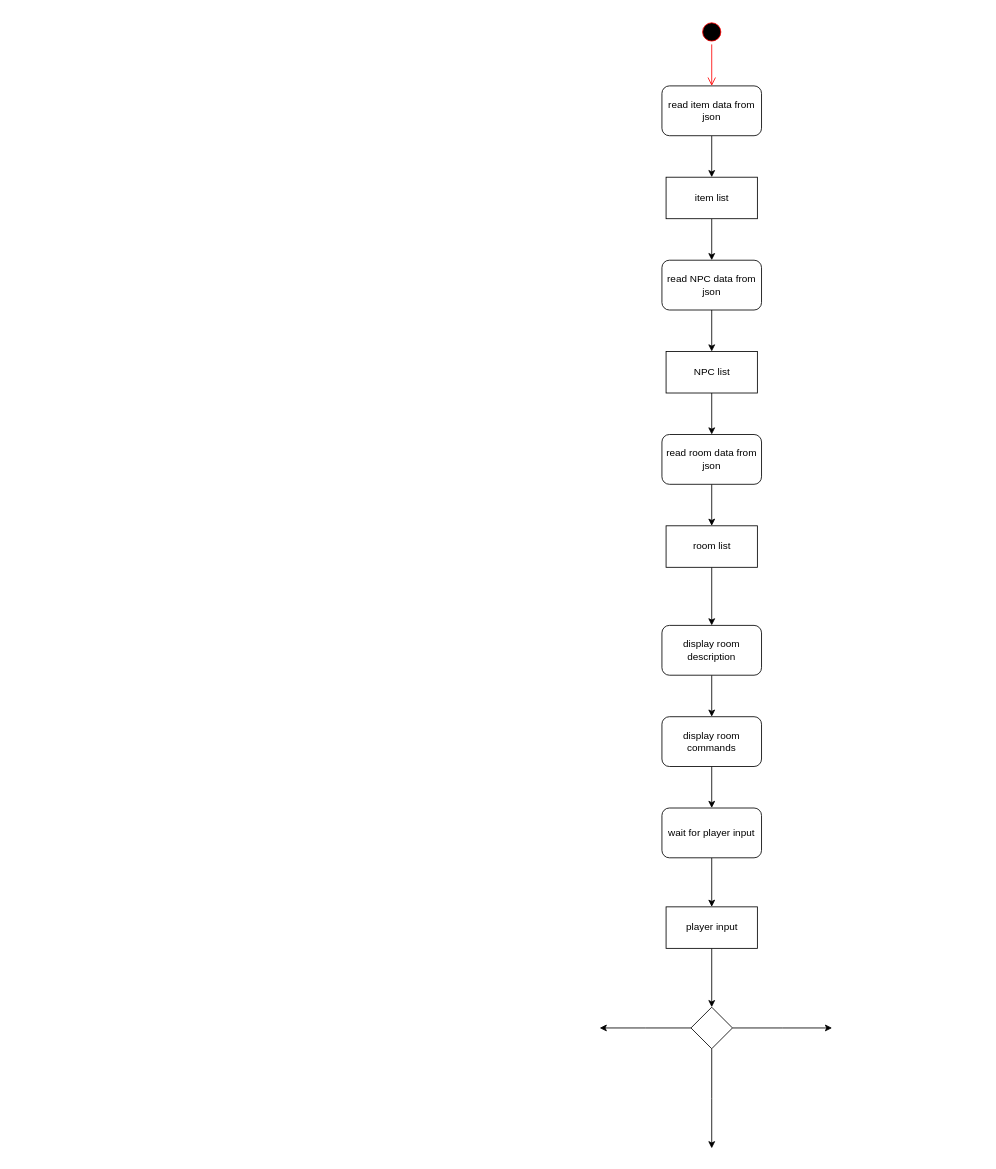
This is Concept/UML/Activity.drawio from keckluis/Softwaredesign_Abschlussaufgabe, a draw.io file, before an edit. Source tidied: cells renumbered, new cells numbered last; positions are measured from the earlier drawing's top-left corner, leaving out a move shared by most shapes. Both pictures are drawn from the tidied source at 83%, with x=0, y=0 at pixel (599, 19).
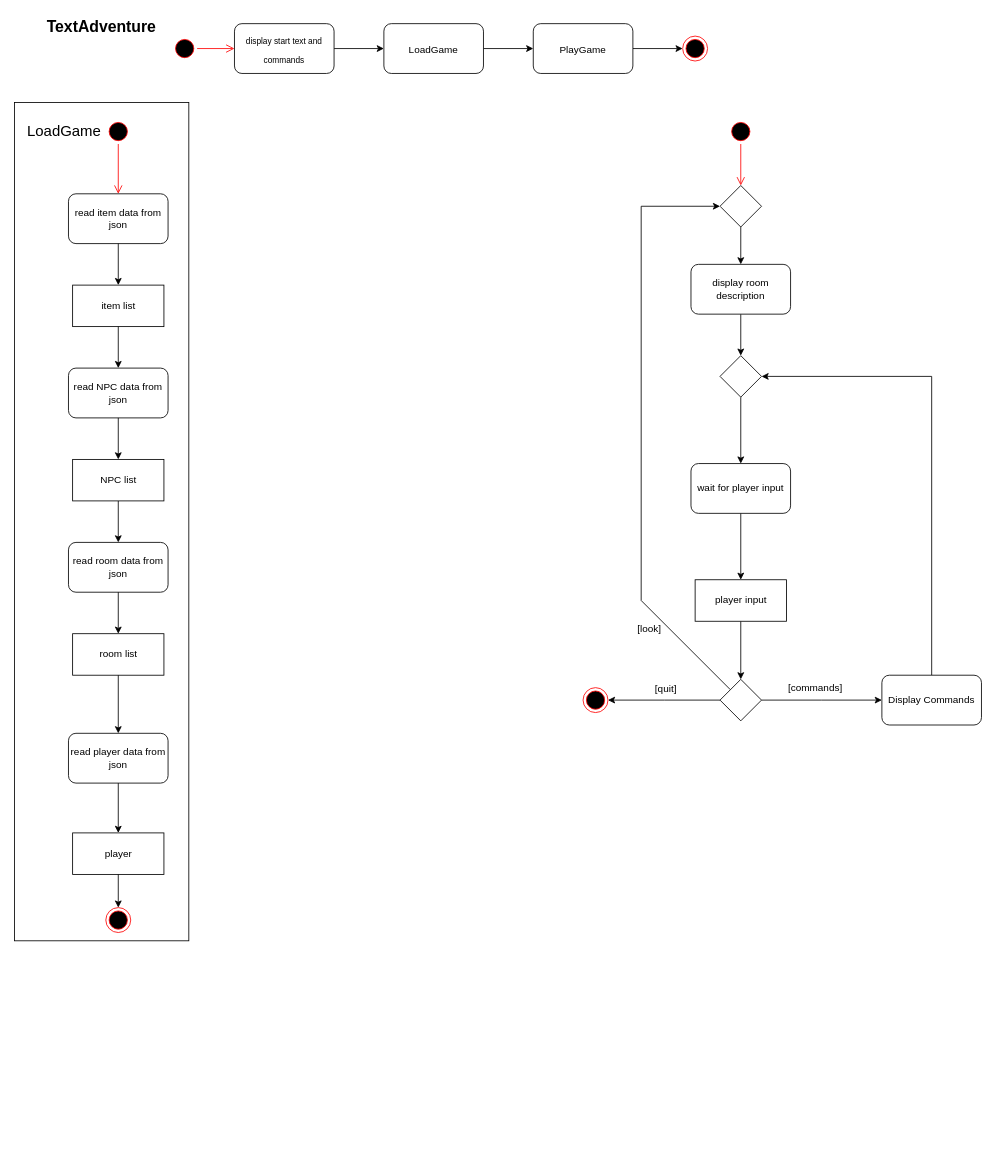
The same page after the edit.

Diff of the diagram source:
```diff
@@
-    <mxCell id="2" style="edgeStyle=orthogonalEdgeStyle;rounded=0;jettySize=auto;html=1;entryX=0.5;entryY=0;entryDx=0;entryDy=0;" parent="1" edge="1" source="3" target="7">
-      <mxGeometry relative="1" as="geometry" />
-    </mxCell>
-    <mxCell id="3" value="read room data from json" style="rounded=1;whiteSpace=wrap;html=1;" parent="1" vertex="1">
-      <mxGeometry x="75" y="500" width="120" height="60" as="geometry" />
-    </mxCell>
     <mxCell id="4" style="ellipse;html=1;shape=startState;fillColor=#000000;strokeColor=#ff0000;" parent="1" vertex="1">
-      <mxGeometry x="120" width="30" height="30" as="geometry" />
+      <mxGeometry x="-515" y="20" width="30" height="30" as="geometry" />
     </mxCell>
-    <mxCell id="5" style="edgeStyle=orthogonalEdgeStyle;html=1;verticalAlign=bottom;endArrow=open;endSize=8;strokeColor=#ff0000;entryX=0.5;entryY=0;entryDx=0;entryDy=0;" parent="1" edge="1" source="4" target="9">
-      <mxGeometry relative="1" as="geometry" />
-    </mxCell>
-    <mxCell id="6" style="edgeStyle=orthogonalEdgeStyle;rounded=0;jettySize=auto;html=1;" parent="1" edge="1" source="7" target="17">
-      <mxGeometry relative="1" as="geometry" />
-    </mxCell>
-    <mxCell id="7" value="room list" style="html=1;" parent="1" vertex="1">
-      <mxGeometry x="80" y="610" width="110" height="50" as="geometry" />
-    </mxCell>
-    <mxCell id="8" style="edgeStyle=orthogonalEdgeStyle;rounded=0;jettySize=auto;html=1;entryX=0.5;entryY=0;entryDx=0;entryDy=0;" parent="1" edge="1" source="9" target="11">
-      <mxGeometry relative="1" as="geometry" />
-    </mxCell>
-    <mxCell id="9" value="read item data from json" style="rounded=1;whiteSpace=wrap;html=1;" parent="1" vertex="1">
-      <mxGeometry x="75" y="80" width="120" height="60" as="geometry" />
-    </mxCell>
-    <mxCell id="10" style="edgeStyle=orthogonalEdgeStyle;rounded=0;jettySize=auto;html=1;entryX=0.5;entryY=0;entryDx=0;entryDy=0;" parent="1" edge="1" source="11" target="13">
-      <mxGeometry relative="1" as="geometry" />
-    </mxCell>
-    <mxCell id="11" value="item list" style="html=1;" parent="1" vertex="1">
-      <mxGeometry x="80" y="190" width="110" height="50" as="geometry" />
-    </mxCell>
-    <mxCell id="12" style="edgeStyle=orthogonalEdgeStyle;rounded=0;jettySize=auto;html=1;entryX=0.5;entryY=0;entryDx=0;entryDy=0;" parent="1" edge="1" source="13" target="15">
-      <mxGeometry relative="1" as="geometry" />
-    </mxCell>
-    <mxCell id="13" value="read NPC data from json" style="rounded=1;whiteSpace=wrap;html=1;" parent="1" vertex="1">
-      <mxGeometry x="75" y="290" width="120" height="60" as="geometry" />
-    </mxCell>
-    <mxCell id="14" style="edgeStyle=orthogonalEdgeStyle;rounded=0;jettySize=auto;html=1;entryX=0.5;entryY=0;entryDx=0;entryDy=0;" parent="1" edge="1" source="15" target="3">
-      <mxGeometry relative="1" as="geometry" />
-    </mxCell>
-    <mxCell id="15" value="NPC list" style="html=1;" parent="1" vertex="1">
-      <mxGeometry x="80" y="400" width="110" height="50" as="geometry" />
-    </mxCell>
-    <mxCell id="16" style="edgeStyle=orthogonalEdgeStyle;rounded=0;jettySize=auto;html=1;" parent="1" edge="1" source="17" target="19">
-      <mxGeometry relative="1" as="geometry" />
-    </mxCell>
+    <mxCell id="28" style="edgeStyle=orthogonalEdgeStyle;rounded=0;jettySize=auto;html=1;entryX=0.5;entryY=0;entryDx=0;entryDy=0;fontSize=12;" parent="1" edge="1" source="17" target="56">
+      <mxGeometry relative="1" as="geometry" />
+    </mxCell>
     <mxCell id="17" value="display room description" style="rounded=1;whiteSpace=wrap;html=1;" parent="1" vertex="1">
-      <mxGeometry x="75" y="730" width="120" height="60" as="geometry" />
+      <mxGeometry x="110" y="295" width="120" height="60" as="geometry" />
     </mxCell>
-    <mxCell id="18" style="edgeStyle=orthogonalEdgeStyle;rounded=0;jettySize=auto;html=1;" parent="1" edge="1" source="19" target="21">
+    <mxCell id="18" style="edgeStyle=orthogonalEdgeStyle;rounded=0;jettySize=auto;html=1;exitX=0.5;exitY=1;exitDx=0;exitDy=0;" parent="1" edge="1" source="56" target="21">
       <mxGeometry relative="1" as="geometry" />
     </mxCell>
-    <mxCell id="19" value="display room commands" style="rounded=1;whiteSpace=wrap;html=1;" parent="1" vertex="1">
-      <mxGeometry x="75" y="840" width="120" height="60" as="geometry" />
-    </mxCell>
@@
     <mxCell id="21" value="wait for player input" style="rounded=1;whiteSpace=wrap;html=1;" parent="1" vertex="1">
-      <mxGeometry x="75" y="950" width="120" height="60" as="geometry" />
+      <mxGeometry x="110" y="535" width="120" height="60" as="geometry" />
     </mxCell>
@@
     <mxCell id="23" value="player input" style="html=1;" parent="1" vertex="1">
-      <mxGeometry x="80" y="1069.1" width="110" height="50" as="geometry" />
+      <mxGeometry x="115" y="675" width="110" height="50" as="geometry" />
     </mxCell>
     <mxCell id="24" style="edgeStyle=orthogonalEdgeStyle;rounded=0;jettySize=auto;html=1;" parent="1" edge="1" source="27">
       <mxGeometry relative="1" as="geometry">
-        <mxPoint x="280" y="1215" as="targetPoint" />
+        <mxPoint x="340" y="820" as="targetPoint" />
       </mxGeometry>
     </mxCell>
-    <mxCell id="25" style="edgeStyle=orthogonalEdgeStyle;rounded=0;jettySize=auto;html=1;" parent="1" edge="1" source="27">
-      <mxGeometry relative="1" as="geometry">
-        <mxPoint x="135" y="1360" as="targetPoint" />
-      </mxGeometry>
-    </mxCell>
     <mxCell id="26" style="edgeStyle=orthogonalEdgeStyle;rounded=0;jettySize=auto;html=1;" parent="1" edge="1" source="27">
       <mxGeometry relative="1" as="geometry">
-        <mxPoint y="1215" as="targetPoint" />
+        <mxPoint x="10" y="820" as="targetPoint" />
       </mxGeometry>
     </mxCell>
+    <mxCell id="29" style="rounded=0;jettySize=auto;html=1;exitX=0;exitY=0;exitDx=0;exitDy=0;fontSize=12;entryX=0;entryY=0.5;entryDx=0;entryDy=0;" parent="1" edge="1" source="27" target="58">
+      <mxGeometry relative="1" as="geometry">
+        <Array as="points">
+          <mxPoint x="50" y="700" />
+          <mxPoint x="50" y="225" />
+        </Array>
+      </mxGeometry>
+    </mxCell>
     <mxCell id="27" style="rhombus;whiteSpace=wrap;html=1;" parent="1" vertex="1">
-      <mxGeometry x="110" y="1190" width="50" height="50" as="geometry" />
+      <mxGeometry x="145" y="795" width="50" height="50" as="geometry" />
     </mxCell>
+    <mxCell id="30" style="group;" parent="1" vertex="1">
+      <mxGeometry x="-705" y="100" width="210" height="1010" as="geometry" />
+    </mxCell>
+    <mxCell id="31" style="rounded=0;whiteSpace=wrap;html=1;" parent="30" vertex="1">
+      <mxGeometry width="210" height="1010" as="geometry" />
+    </mxCell>
+    <mxCell id="3" value="read room data from json" style="rounded=1;whiteSpace=wrap;html=1;" parent="30" vertex="1">
+      <mxGeometry x="65" y="530" width="120" height="60" as="geometry" />
+    </mxCell>
+    <mxCell id="7" value="room list" style="html=1;" parent="30" vertex="1">
+      <mxGeometry x="70" y="640" width="110" height="50" as="geometry" />
+    </mxCell>
+    <mxCell id="2" style="edgeStyle=orthogonalEdgeStyle;rounded=0;jettySize=auto;html=1;entryX=0.5;entryY=0;entryDx=0;entryDy=0;" parent="30" edge="1" source="3" target="7">
+      <mxGeometry relative="1" as="geometry" />
+    </mxCell>
+    <mxCell id="9" value="read item data from json" style="rounded=1;whiteSpace=wrap;html=1;" parent="30" vertex="1">
+      <mxGeometry x="65" y="110" width="120" height="60" as="geometry" />
+    </mxCell>
+    <mxCell id="11" value="item list" style="html=1;" parent="30" vertex="1">
+      <mxGeometry x="70" y="220" width="110" height="50" as="geometry" />
+    </mxCell>
+    <mxCell id="8" style="edgeStyle=orthogonalEdgeStyle;rounded=0;jettySize=auto;html=1;entryX=0.5;entryY=0;entryDx=0;entryDy=0;" parent="30" edge="1" source="9" target="11">
+      <mxGeometry relative="1" as="geometry" />
+    </mxCell>
+    <mxCell id="13" value="read NPC data from json" style="rounded=1;whiteSpace=wrap;html=1;" parent="30" vertex="1">
+      <mxGeometry x="65" y="320" width="120" height="60" as="geometry" />
+    </mxCell>
+    <mxCell id="10" style="edgeStyle=orthogonalEdgeStyle;rounded=0;jettySize=auto;html=1;entryX=0.5;entryY=0;entryDx=0;entryDy=0;" parent="30" edge="1" source="11" target="13">
+      <mxGeometry relative="1" as="geometry" />
+    </mxCell>
+    <mxCell id="14" style="edgeStyle=orthogonalEdgeStyle;rounded=0;jettySize=auto;html=1;entryX=0.5;entryY=0;entryDx=0;entryDy=0;" parent="30" edge="1" source="15" target="3">
+      <mxGeometry relative="1" as="geometry" />
+    </mxCell>
+    <mxCell id="15" value="NPC list" style="html=1;" parent="30" vertex="1">
+      <mxGeometry x="70" y="430" width="110" height="50" as="geometry" />
+    </mxCell>
+    <mxCell id="12" style="edgeStyle=orthogonalEdgeStyle;rounded=0;jettySize=auto;html=1;entryX=0.5;entryY=0;entryDx=0;entryDy=0;" parent="30" edge="1" source="13" target="15">
+      <mxGeometry relative="1" as="geometry" />
+    </mxCell>
+    <mxCell id="32" value="read player data from json" style="rounded=1;whiteSpace=wrap;html=1;" parent="30" vertex="1">
+      <mxGeometry x="65" y="760" width="120" height="60" as="geometry" />
+    </mxCell>
+    <mxCell id="33" style="edgeStyle=orthogonalEdgeStyle;rounded=0;jettySize=auto;html=1;entryX=0.5;entryY=0;entryDx=0;entryDy=0;" parent="30" edge="1" source="7" target="32">
+      <mxGeometry relative="1" as="geometry" />
+    </mxCell>
+    <mxCell id="34" value="player" style="html=1;" parent="30" vertex="1">
+      <mxGeometry x="70" y="880" width="110" height="50" as="geometry" />
+    </mxCell>
+    <mxCell id="35" style="edgeStyle=orthogonalEdgeStyle;rounded=0;jettySize=auto;html=1;entryX=0.5;entryY=0;entryDx=0;entryDy=0;" parent="30" edge="1" source="32" target="34">
+      <mxGeometry relative="1" as="geometry" />
+    </mxCell>
+    <mxCell id="36" style="ellipse;html=1;shape=startState;fillColor=#000000;strokeColor=#ff0000;" parent="30" vertex="1">
+      <mxGeometry x="110" y="20" width="30" height="30" as="geometry" />
+    </mxCell>
+    <mxCell id="37" style="edgeStyle=orthogonalEdgeStyle;html=1;verticalAlign=bottom;endArrow=open;endSize=8;strokeColor=#ff0000;" parent="30" edge="1" source="36" target="9">
+      <mxGeometry relative="1" as="geometry" />
+    </mxCell>
+    <mxCell id="38" style="ellipse;html=1;shape=endState;fillColor=#000000;strokeColor=#ff0000;" parent="30" vertex="1">
+      <mxGeometry x="110" y="970" width="30" height="30" as="geometry" />
+    </mxCell>
+    <mxCell id="6" style="edgeStyle=orthogonalEdgeStyle;rounded=0;jettySize=auto;html=1;exitX=0.5;exitY=1;exitDx=0;exitDy=0;entryX=0.5;entryY=0;entryDx=0;entryDy=0;" parent="30" edge="1" source="34" target="38">
+      <mxGeometry relative="1" as="geometry" />
+    </mxCell>
+    <mxCell id="39" value="&lt;font style=&quot;font-size: 18px&quot;&gt;LoadGame&lt;/font&gt;" style="text;html=1;strokeColor=none;fillColor=none;align=center;verticalAlign=middle;whiteSpace=wrap;rounded=0;" parent="30" vertex="1">
+      <mxGeometry x="40" y="25" width="40" height="20" as="geometry" />
+    </mxCell>
+    <mxCell id="40" value="TextAdventure" style="text;align=center;fontStyle=1;verticalAlign=middle;spacingLeft=3;spacingRight=3;strokeColor=none;fontSize=19;" parent="1" vertex="1">
+      <mxGeometry x="-640" y="-6" width="80" height="26" as="geometry" />
+    </mxCell>
+    <mxCell id="41" style="edgeStyle=orthogonalEdgeStyle;rounded=0;jettySize=auto;html=1;fontSize=19;entryX=0;entryY=0.5;entryDx=0;entryDy=0;" parent="1" edge="1" source="42" target="45">
+      <mxGeometry relative="1" as="geometry" />
+    </mxCell>
+    <mxCell id="42" value="&lt;font style=&quot;font-size: 12px&quot;&gt;LoadGame&lt;/font&gt;" style="rounded=1;whiteSpace=wrap;html=1;fontSize=19;" parent="1" vertex="1">
+      <mxGeometry x="-260" y="5" width="120" height="60" as="geometry" />
+    </mxCell>
+    <mxCell id="43" style="edgeStyle=orthogonalEdgeStyle;html=1;verticalAlign=bottom;endArrow=open;endSize=8;strokeColor=#ff0000;entryX=0;entryY=0.5;entryDx=0;entryDy=0;" parent="1" edge="1" source="4" target="52">
+      <mxGeometry relative="1" as="geometry" />
+    </mxCell>
+    <mxCell id="44" style="edgeStyle=orthogonalEdgeStyle;rounded=0;jettySize=auto;html=1;entryX=0;entryY=0.5;entryDx=0;entryDy=0;fontSize=19;" parent="1" edge="1" source="45" target="46">
+      <mxGeometry relative="1" as="geometry" />
+    </mxCell>
+    <mxCell id="45" value="&lt;font style=&quot;font-size: 12px&quot;&gt;PlayGame&lt;/font&gt;" style="rounded=1;whiteSpace=wrap;html=1;fontSize=19;" parent="1" vertex="1">
+      <mxGeometry x="-80" y="5" width="120" height="60" as="geometry" />
+    </mxCell>
+    <mxCell id="46" style="ellipse;html=1;shape=endState;fillColor=#000000;strokeColor=#ff0000;fontSize=19;" parent="1" vertex="1">
+      <mxGeometry x="100" y="20" width="30" height="30" as="geometry" />
+    </mxCell>
+    <mxCell id="47" style="ellipse;html=1;shape=startState;fillColor=#000000;strokeColor=#ff0000;fontSize=19;" parent="1" vertex="1">
+      <mxGeometry x="155" y="120" width="30" height="30" as="geometry" />
+    </mxCell>
+    <mxCell id="48" style="edgeStyle=orthogonalEdgeStyle;html=1;verticalAlign=bottom;endArrow=open;endSize=8;strokeColor=#ff0000;fontSize=19;entryX=0.5;entryY=0;entryDx=0;entryDy=0;" parent="1" edge="1" source="47" target="58">
+      <mxGeometry relative="1" as="geometry" />
+    </mxCell>
+    <mxCell id="49" value="&lt;font style=&quot;font-size: 12px&quot;&gt;[quit]&lt;/font&gt;" style="text;html=1;strokeColor=none;fillColor=none;align=center;verticalAlign=middle;whiteSpace=wrap;rounded=0;fontSize=19;" parent="1" vertex="1">
+      <mxGeometry x="60" y="795" width="40" height="20" as="geometry" />
+    </mxCell>
+    <mxCell id="50" style="ellipse;html=1;shape=endState;fillColor=#000000;strokeColor=#ff0000;fontSize=19;" parent="1" vertex="1">
+      <mxGeometry x="-20" y="805" width="30" height="30" as="geometry" />
+    </mxCell>
+    <mxCell id="51" style="edgeStyle=orthogonalEdgeStyle;rounded=0;jettySize=auto;html=1;entryX=0;entryY=0.5;entryDx=0;entryDy=0;fontSize=19;" parent="1" edge="1" source="52" target="42">
+      <mxGeometry relative="1" as="geometry" />
+    </mxCell>
+    <mxCell id="52" value="&lt;font size=&quot;1&quot;&gt;display start text and&lt;br&gt;commands&lt;br&gt;&lt;/font&gt;" style="rounded=1;whiteSpace=wrap;html=1;fontSize=19;" parent="1" vertex="1">
+      <mxGeometry x="-440" y="5" width="120" height="60" as="geometry" />
+    </mxCell>
+    <mxCell id="53" value="[commands]" style="text;html=1;strokeColor=none;fillColor=none;align=center;verticalAlign=middle;whiteSpace=wrap;rounded=0;fontSize=12;" parent="1" vertex="1">
+      <mxGeometry x="240" y="795" width="40" height="20" as="geometry" />
+    </mxCell>
+    <mxCell id="54" style="edgeStyle=orthogonalEdgeStyle;rounded=0;jettySize=auto;html=1;fontSize=12;exitX=0.5;exitY=0;exitDx=0;exitDy=0;entryX=1;entryY=0.5;entryDx=0;entryDy=0;" parent="1" edge="1" source="55" target="56">
+      <mxGeometry relative="1" as="geometry" />
+    </mxCell>
+    <mxCell id="55" value="Display Commands" style="rounded=1;whiteSpace=wrap;html=1;fontSize=12;" parent="1" vertex="1">
+      <mxGeometry x="340" y="790" width="120" height="60" as="geometry" />
+    </mxCell>
+    <mxCell id="56" style="rhombus;whiteSpace=wrap;html=1;" parent="1" vertex="1">
+      <mxGeometry x="145" y="405" width="50" height="50" as="geometry" />
+    </mxCell>
+    <mxCell id="57" style="edgeStyle=none;rounded=0;jettySize=auto;html=1;entryX=0.5;entryY=0;entryDx=0;entryDy=0;fontSize=12;" parent="1" edge="1" source="58" target="17">
+      <mxGeometry relative="1" as="geometry" />
+    </mxCell>
+    <mxCell id="58" style="rhombus;whiteSpace=wrap;html=1;" parent="1" vertex="1">
+      <mxGeometry x="145" y="200" width="50" height="50" as="geometry" />
+    </mxCell>
+    <mxCell id="59" value="[look]" style="text;html=1;strokeColor=none;fillColor=none;align=center;verticalAlign=middle;whiteSpace=wrap;rounded=0;fontSize=12;" parent="1" vertex="1">
+      <mxGeometry x="40" y="725" width="40" height="20" as="geometry" />
+    </mxCell>
```
